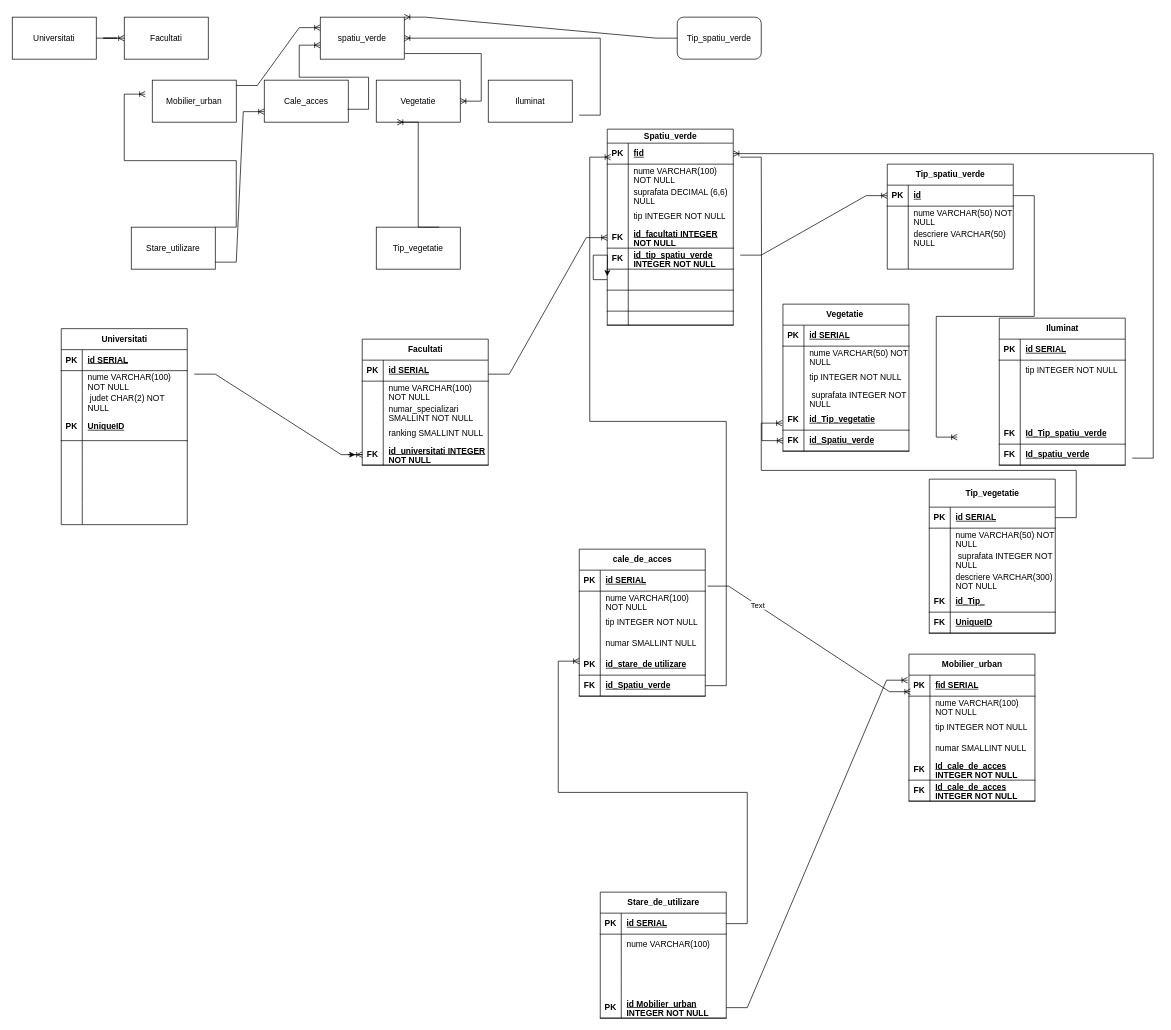
Before: Diagramă fără titlu.drawio in AlexGorauvt/examen-sem-1, a draw.io diagram. Source tidied: cells renumbered, new cells numbered last; positions are measured from the earlier drawing's top-left corner, leaving out a move shared by most shapes. Both pictures are drawn from the tidied source at 70%, with x=0, y=0 at pixel (-232, 17).
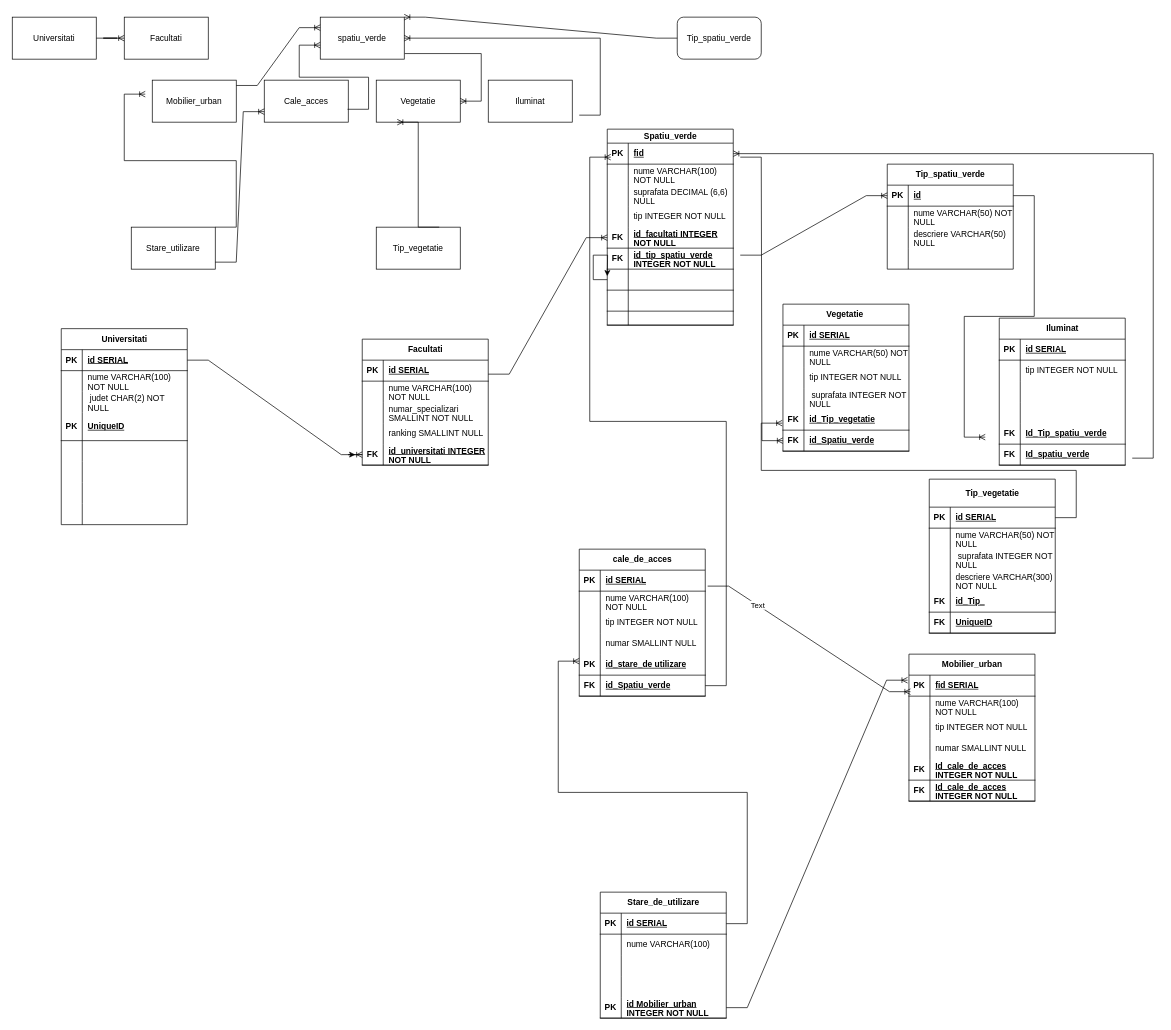
Above is the later version.

Unchanged cells that the change refers to:
```xml
<mxCell id="20" style="shape=tableRow;horizontal=0;startSize=0;swimlaneHead=0;swimlaneBody=0;fillColor=none;points=[[0,0.5],[1,0.5]];portConstraint=eastwest;top=0;left=0;right=0;bottom=1;" parent="19" vertex="1">
  <mxGeometry y="30" width="180" height="30" as="geometry" />
</mxCell>
<mxCell id="57" style="shape=tableRow;horizontal=0;startSize=0;swimlaneHead=0;swimlaneBody=0;fillColor=none;points=[[0,0.5],[1,0.5]];portConstraint=eastwest;top=0;left=0;right=0;bottom=1;" parent="44" vertex="1">
  <mxGeometry y="150" width="180" height="30" as="geometry" />
</mxCell>
<mxCell id="66" style="shape=tableRow;horizontal=0;startSize=0;swimlaneHead=0;swimlaneBody=0;fillColor=none;points=[[0,0.5],[1,0.5]];portConstraint=eastwest;top=0;left=0;right=0;bottom=1;" parent="65" vertex="1">
  <mxGeometry y="30" width="180" height="30" as="geometry" />
</mxCell>
```

Diff of the diagram source:
```diff
@@
-    <mxCell id="60" style="edgeStyle=entityRelationEdgeStyle;fontSize=12;html=1;endArrow=ERoneToMany;rounded=0;entryX=0;entryY=0.5;entryDx=0;entryDy=0;" parent="1" edge="1" target="57">
-      <mxGeometry relative="1" as="geometry">
-        <mxPoint x="609" y="510" as="sourcePoint" />
-      </mxGeometry>
+    <mxCell id="60" style="edgeStyle=entityRelationEdgeStyle;fontSize=12;html=1;endArrow=ERoneToMany;rounded=0;entryX=0;entryY=0.5;entryDx=0;entryDy=0;exitX=1;exitY=0.5;exitDx=0;exitDy=0;" parent="1" edge="1" source="20" target="57">
+      <mxGeometry relative="1" as="geometry" />
     </mxCell>
@@
     <mxCell id="179" style="edgeStyle=entityRelationEdgeStyle;fontSize=12;html=1;endArrow=ERoneToMany;rounded=0;exitX=1;exitY=0.5;exitDx=0;exitDy=0;" parent="1" edge="1" source="66">
       <mxGeometry relative="1" as="geometry">
-        <mxPoint x="1699" y="600" as="targetPoint" />
+        <mxPoint x="1739" y="600" as="targetPoint" />
         <Array as="points">
           <mxPoint x="1799" y="260" />
           <mxPoint x="1869" y="240" />
           <mxPoint x="1969" y="180" />
         </Array>
       </mxGeometry>
     </mxCell>
```
